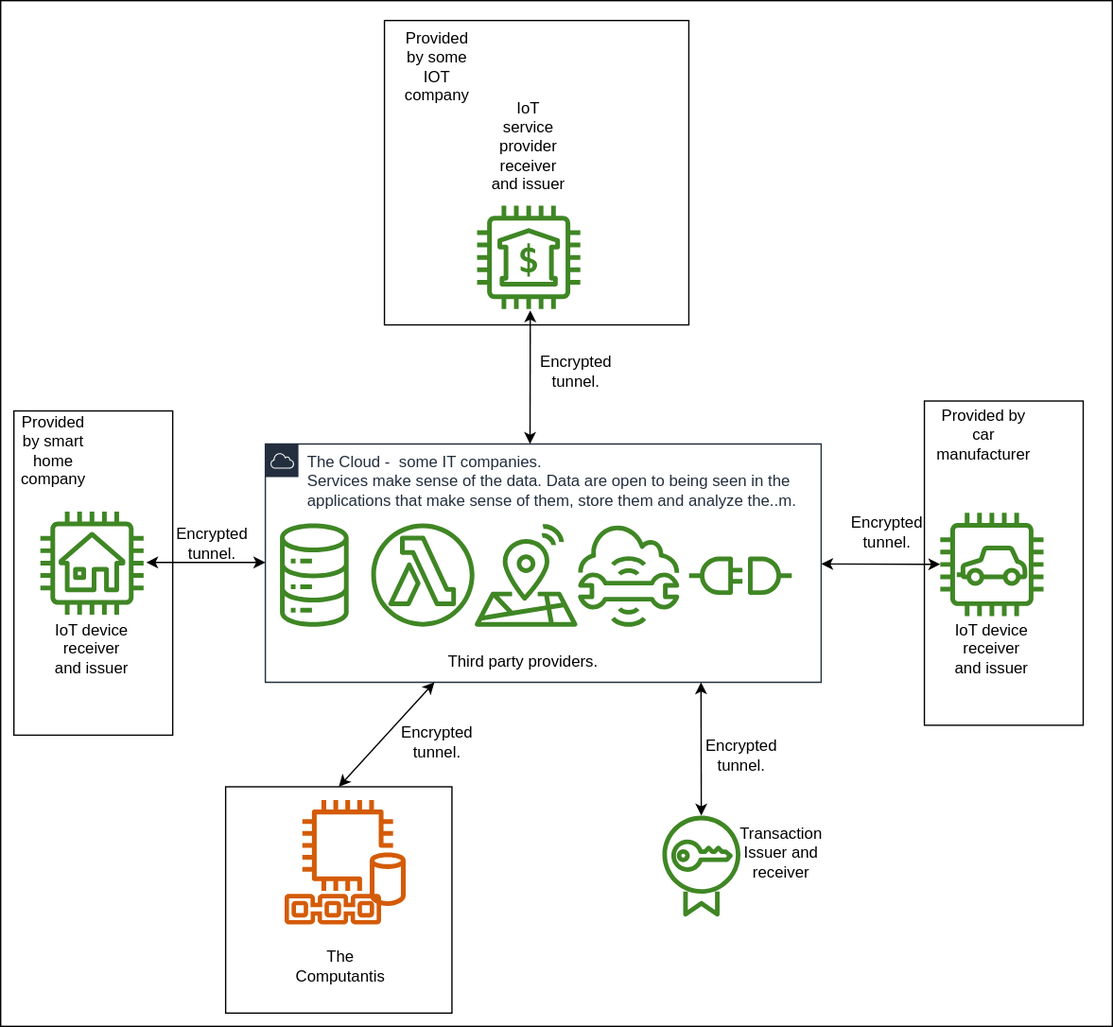
Before: docs/assets/img/computantis-cloud.drawio.svg, a diagram exported from draw.io (TheBlueDotGame/The-Accountant). Source tidied: cells renumbered, new cells last; positions are measured from the earlier drawing's top-left corner, leaving out a move shared by most shapes.
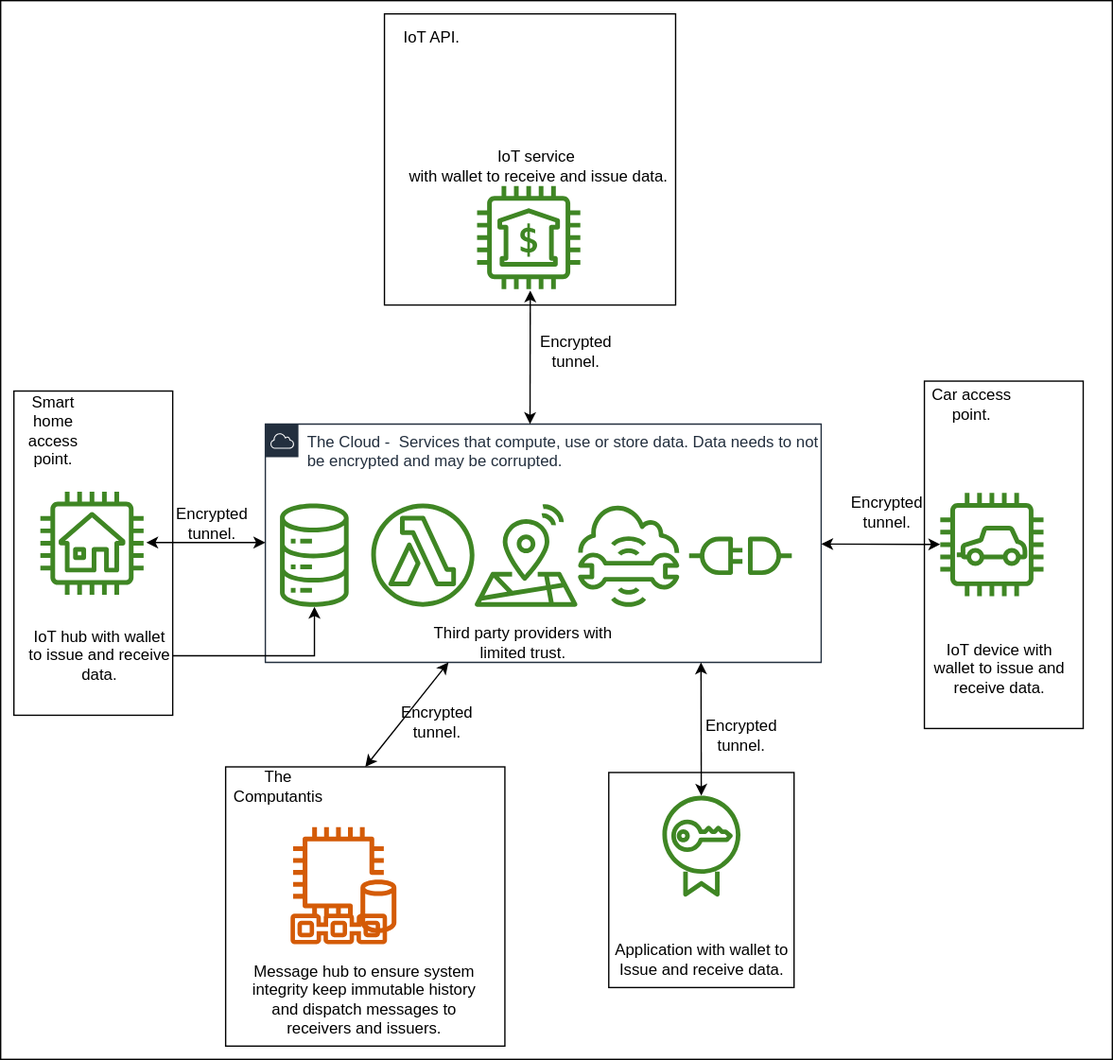
The same file after the commit.

The edit, as a diff of the source:
```diff
@@ -3,18 +3,21 @@
     <mxCell id="0" />
     <mxCell id="1" parent="0" />
     <mxCell id="2" style="rounded=0;whiteSpace=wrap;html=1;" parent="1" vertex="1">
-      <mxGeometry width="840" height="775" as="geometry" />
+      <mxGeometry y="15" width="840" height="800" as="geometry" />
     </mxCell>
     <mxCell id="3" style="whiteSpace=wrap;html=1;" parent="1" vertex="1">
-      <mxGeometry x="290" y="15" width="230" height="230" as="geometry" />
+      <mxGeometry x="290" y="25" width="220" height="220" as="geometry" />
     </mxCell>
     <mxCell id="4" style="rounded=0;whiteSpace=wrap;html=1;" parent="1" vertex="1">
       <mxGeometry x="10" y="310" width="120" height="245" as="geometry" />
     </mxCell>
     <mxCell id="5" style="rounded=0;whiteSpace=wrap;html=1;" parent="1" vertex="1">
-      <mxGeometry x="698" y="302.5" width="120" height="245" as="geometry" />
+      <mxGeometry x="698" y="302.5" width="120" height="262.5" as="geometry" />
     </mxCell>
+    <mxCell id="38" style="rounded=0;whiteSpace=wrap;html=1;" parent="1" vertex="1">
+      <mxGeometry x="459.5" y="598.2" width="140" height="162.5" as="geometry" />
+    </mxCell>
-    <mxCell id="6" value="&lt;div&gt;The Cloud -&amp;nbsp; some IT companies.&lt;br&gt;&lt;/div&gt;&lt;div&gt;Services make sense of the data. Data are open to being seen in the applications that make sense of them, store them and analyze the..m.&lt;br&gt;&lt;/div&gt;&lt;div&gt;&lt;br&gt;&lt;/div&gt;" style="points=[[0,0],[0.25,0],[0.5,0],[0.75,0],[1,0],[1,0.25],[1,0.5],[1,0.75],[1,1],[0.75,1],[0.5,1],[0.25,1],[0,1],[0,0.75],[0,0.5],[0,0.25]];outlineConnect=0;gradientColor=none;html=1;whiteSpace=wrap;fontSize=12;fontStyle=0;shape=mxgraph.aws4.group;grIcon=mxgraph.aws4.group_aws_cloud;strokeColor=#232F3E;fillColor=none;verticalAlign=top;align=left;spacingLeft=30;fontColor=#232F3E;dashed=0;" parent="1" vertex="1">
+    <mxCell id="6" value="&lt;div&gt;The Cloud -&amp;nbsp; Services that compute, use or store data. Data needs to not be encrypted and may be corrupted.&lt;br&gt;&lt;/div&gt;&lt;div&gt;&lt;br&gt;&lt;/div&gt;" style="points=[[0,0],[0.25,0],[0.5,0],[0.75,0],[1,0],[1,0.25],[1,0.5],[1,0.75],[1,1],[0.75,1],[0.5,1],[0.25,1],[0,1],[0,0.75],[0,0.5],[0,0.25]];outlineConnect=0;gradientColor=none;html=1;whiteSpace=wrap;fontSize=12;fontStyle=0;shape=mxgraph.aws4.group;grIcon=mxgraph.aws4.group_aws_cloud;strokeColor=#232F3E;fillColor=none;verticalAlign=top;align=left;spacingLeft=30;fontColor=#232F3E;dashed=0;" parent="1" vertex="1">
       <mxGeometry x="200" y="335" width="420" height="180" as="geometry" />
     </mxCell>
     <mxCell id="7" style="sketch=0;outlineConnect=0;fontColor=#232F3E;gradientColor=none;fillColor=#3F8624;strokeColor=none;dashed=0;verticalLabelPosition=bottom;verticalAlign=top;align=center;html=1;fontSize=12;fontStyle=0;shape=mxgraph.aws4.iot_analytics_data_store;" parent="6" vertex="1">
@@ -32,7 +35,7 @@
     <mxCell id="11" style="sketch=0;fontColor=#232F3E;gradientColor=none;fillColor=#3F8624;strokeColor=none;dashed=0;verticalLabelPosition=bottom;verticalAlign=top;align=center;html=1;fontSize=12;fontStyle=0;shape=mxgraph.aws4.connector;" parent="6" vertex="1">
       <mxGeometry x="320" y="85" width="78" height="29" as="geometry" />
     </mxCell>
-    <mxCell id="12" value="Third party providers." style="text;html=1;strokeColor=none;fillColor=none;align=center;verticalAlign=middle;whiteSpace=wrap;rounded=0;" parent="6" vertex="1">
+    <mxCell id="12" value="Third party providers with limited trust." style="text;html=1;strokeColor=none;fillColor=none;align=center;verticalAlign=middle;whiteSpace=wrap;rounded=0;" parent="6" vertex="1">
       <mxGeometry x="120" y="150" width="150" height="30" as="geometry" />
     </mxCell>
     <mxCell id="13" style="sketch=0;fontColor=#232F3E;gradientColor=none;fillColor=#3F8624;strokeColor=none;dashed=0;verticalLabelPosition=bottom;verticalAlign=top;align=center;html=1;fontSize=12;fontStyle=0;shape=mxgraph.aws4.bank;" parent="1" vertex="1">
@@ -48,13 +51,13 @@
       <mxGeometry x="500" y="615" width="59" height="78" as="geometry" />
     </mxCell>
     <mxCell id="17" style="whiteSpace=wrap;html=1;" parent="1" vertex="1">
-      <mxGeometry x="170" y="594" width="171" height="171" as="geometry" />
+      <mxGeometry x="170" y="594" width="211" height="211" as="geometry" />
     </mxCell>
     <mxCell id="18" style="sketch=0;fontColor=#232F3E;gradientColor=none;fillColor=#D45B07;strokeColor=none;dashed=0;verticalLabelPosition=bottom;verticalAlign=top;align=center;html=1;fontSize=12;fontStyle=0;shape=mxgraph.aws4.blockchain_resource;" parent="1" vertex="1">
-      <mxGeometry x="212" y="675" width="78" height="23" as="geometry" />
+      <mxGeometry x="216.5" y="705" width="78" height="23" as="geometry" />
     </mxCell>
     <mxCell id="19" style="sketch=0;fontColor=#232F3E;gradientColor=none;fillColor=#D45B07;strokeColor=none;dashed=0;verticalLabelPosition=bottom;verticalAlign=top;align=center;html=1;fontSize=12;fontStyle=0;shape=mxgraph.aws4.db_on_instance2;" parent="1" vertex="1">
-      <mxGeometry x="227" y="604" width="80" height="80" as="geometry" />
+      <mxGeometry x="220" y="639.5" width="80" height="80" as="geometry" />
     </mxCell>
     <mxCell id="20" style="endArrow=classic;startArrow=classic;html=1;rounded=0;" parent="1" edge="1" source="16">
       <mxGeometry relative="1" as="geometry">
@@ -91,32 +94,38 @@
         <mxPoint x="400.2" y="234" as="targetPoint" />
       </mxGeometry>
     </mxCell>
+    <mxCell id="30" value="Application with wallet to &lt;br&gt;&lt;div&gt;Issue and receive data.&lt;/div&gt;" style="text;html=1;strokeColor=none;fillColor=none;align=center;verticalAlign=middle;whiteSpace=wrap;rounded=0;" parent="1" vertex="1">
+      <mxGeometry x="454.5" y="725" width="150" height="30" as="geometry" />
+    </mxCell>
     <mxCell id="29" value="Encrypted tunnel." style="text;html=1;strokeColor=none;fillColor=none;align=center;verticalAlign=middle;whiteSpace=wrap;rounded=0;" parent="1" vertex="1">
       <mxGeometry x="405" y="265" width="60" height="30" as="geometry" />
     </mxCell>
-    <mxCell id="30" value="Transaction &lt;br&gt;&lt;div&gt;Issuer and receiver&lt;/div&gt;" style="text;html=1;strokeColor=none;fillColor=none;align=center;verticalAlign=middle;whiteSpace=wrap;rounded=0;" parent="1" vertex="1">
-      <mxGeometry x="560" y="629" width="60" height="30" as="geometry" />
-    </mxCell>
-    <mxCell id="31" value="&lt;div&gt;IoT device &lt;br&gt;&lt;/div&gt;&lt;div&gt;receiver and issuer&lt;/div&gt;" style="text;html=1;strokeColor=none;fillColor=none;align=center;verticalAlign=middle;whiteSpace=wrap;rounded=0;" parent="1" vertex="1">
-      <mxGeometry x="719" y="475" width="60" height="30" as="geometry" />
+    <mxCell id="31" value="IoT device with wallet to issue and receive data." style="text;html=1;strokeColor=none;fillColor=none;align=center;verticalAlign=middle;whiteSpace=wrap;rounded=0;" parent="1" vertex="1">
+      <mxGeometry x="700" y="505" width="110" height="30" as="geometry" />
     </mxCell>
+    <mxCell id="39" style="edgeStyle=orthogonalEdgeStyle;rounded=0;jettySize=auto;html=1;" parent="1" edge="1" source="32" target="7">
+      <mxGeometry relative="1" as="geometry" />
+    </mxCell>
-    <mxCell id="32" value="&lt;div&gt;IoT device &lt;br&gt;&lt;/div&gt;&lt;div&gt;receiver and issuer&lt;/div&gt;" style="text;html=1;strokeColor=none;fillColor=none;align=center;verticalAlign=middle;whiteSpace=wrap;rounded=0;" parent="1" vertex="1">
-      <mxGeometry x="39" y="475" width="60" height="30" as="geometry" />
+    <mxCell id="32" value="IoT hub with wallet to issue and receive data." style="text;html=1;strokeColor=none;fillColor=none;align=center;verticalAlign=middle;whiteSpace=wrap;rounded=0;" parent="1" vertex="1">
+      <mxGeometry x="20" y="495" width="110" height="30" as="geometry" />
     </mxCell>
-    <mxCell id="33" value="&lt;div&gt;IoT service &lt;br&gt;&lt;/div&gt;&lt;div&gt;provider &lt;br&gt;&lt;/div&gt;&lt;div&gt;receiver and issuer&lt;/div&gt;" style="text;html=1;strokeColor=none;fillColor=none;align=center;verticalAlign=middle;whiteSpace=wrap;rounded=0;" parent="1" vertex="1">
-      <mxGeometry x="369" y="95" width="60" height="30" as="geometry" />
+    <mxCell id="33" value="&lt;div&gt;IoT service &lt;br&gt;&lt;/div&gt;&lt;div&gt;&amp;nbsp;with wallet to receive and issue data.&lt;br&gt;&lt;/div&gt;" style="text;html=1;strokeColor=none;fillColor=none;align=center;verticalAlign=middle;whiteSpace=wrap;rounded=0;" parent="1" vertex="1">
+      <mxGeometry x="295" y="125" width="220" height="30" as="geometry" />
     </mxCell>
-    <mxCell id="34" value="Provided by smart home company" style="text;html=1;strokeColor=none;fillColor=none;align=center;verticalAlign=middle;whiteSpace=wrap;rounded=0;" parent="1" vertex="1">
+    <mxCell id="34" value="&lt;div&gt;Smart home access point.&lt;/div&gt;" style="text;html=1;strokeColor=none;fillColor=none;align=center;verticalAlign=middle;whiteSpace=wrap;rounded=0;" parent="1" vertex="1">
       <mxGeometry x="10" y="325" width="60" height="30" as="geometry" />
     </mxCell>
-    <mxCell id="35" value="Provided by car manufacturer" style="text;html=1;strokeColor=none;fillColor=none;align=center;verticalAlign=middle;whiteSpace=wrap;rounded=0;" parent="1" vertex="1">
-      <mxGeometry x="707" y="310" width="72" height="35" as="geometry" />
+    <mxCell id="35" value="&lt;div&gt;Car access point.&lt;/div&gt;" style="text;html=1;strokeColor=none;fillColor=none;align=center;verticalAlign=middle;whiteSpace=wrap;rounded=0;" parent="1" vertex="1">
+      <mxGeometry x="698" y="302.5" width="72" height="35" as="geometry" />
     </mxCell>
-    <mxCell id="36" value="Provided by some IOT company" style="text;html=1;strokeColor=none;fillColor=none;align=center;verticalAlign=middle;whiteSpace=wrap;rounded=0;" parent="1" vertex="1">
-      <mxGeometry x="300" y="35" width="60" height="30" as="geometry" />
-    </mxCell>
     <mxCell id="37" value="The Computantis " style="text;html=1;strokeColor=none;fillColor=none;align=center;verticalAlign=middle;whiteSpace=wrap;rounded=0;" parent="1" vertex="1">
-      <mxGeometry x="227" y="715" width="60" height="30" as="geometry" />
+      <mxGeometry x="180" y="594" width="60" height="30" as="geometry" />
     </mxCell>
+    <mxCell id="40" value="IoT API." style="text;html=1;strokeColor=none;fillColor=none;align=center;verticalAlign=middle;whiteSpace=wrap;rounded=0;" parent="1" vertex="1">
+      <mxGeometry x="290" y="25" width="72" height="35" as="geometry" />
+    </mxCell>
+    <mxCell id="41" value="Message hub to ensure system integrity keep immutable history and dispatch messages to receivers and issuers." style="text;html=1;strokeColor=none;fillColor=none;align=center;verticalAlign=middle;whiteSpace=wrap;rounded=0;" parent="1" vertex="1">
+      <mxGeometry x="180" y="755" width="190" height="30" as="geometry" />
+    </mxCell>
   </root>
 </mxGraphModel>
```
